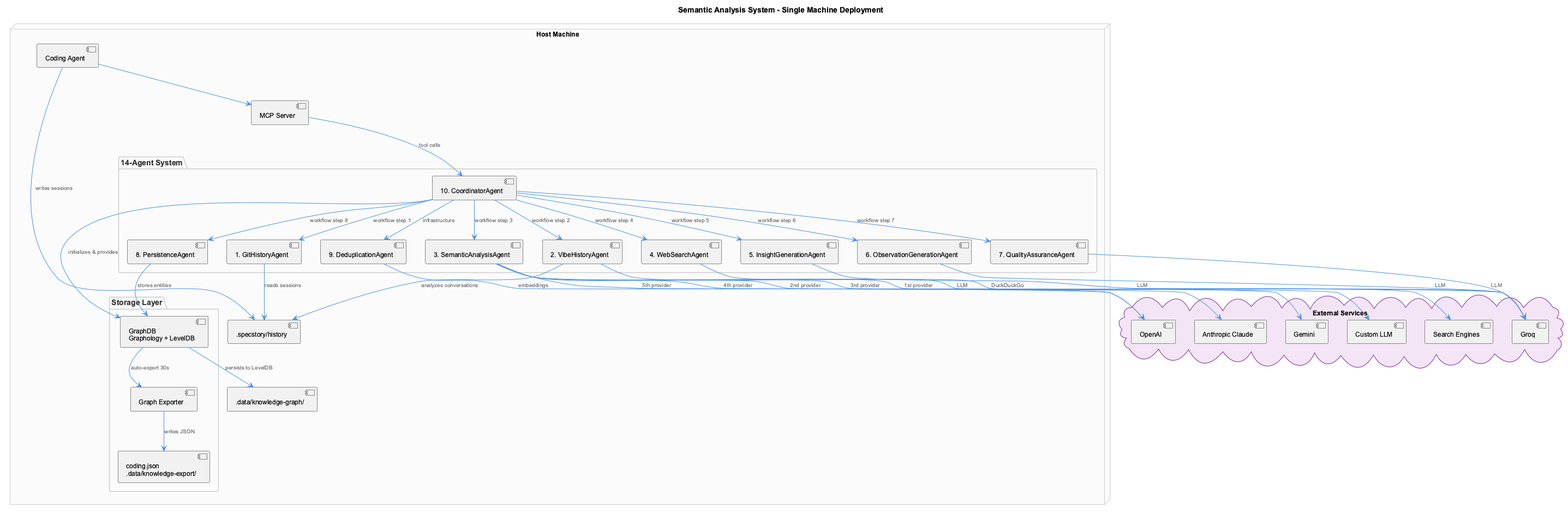
Before: docs/images/semantic-analysis-deployment-single.png, a diagram exported from PlantUML (fwornle/coding).
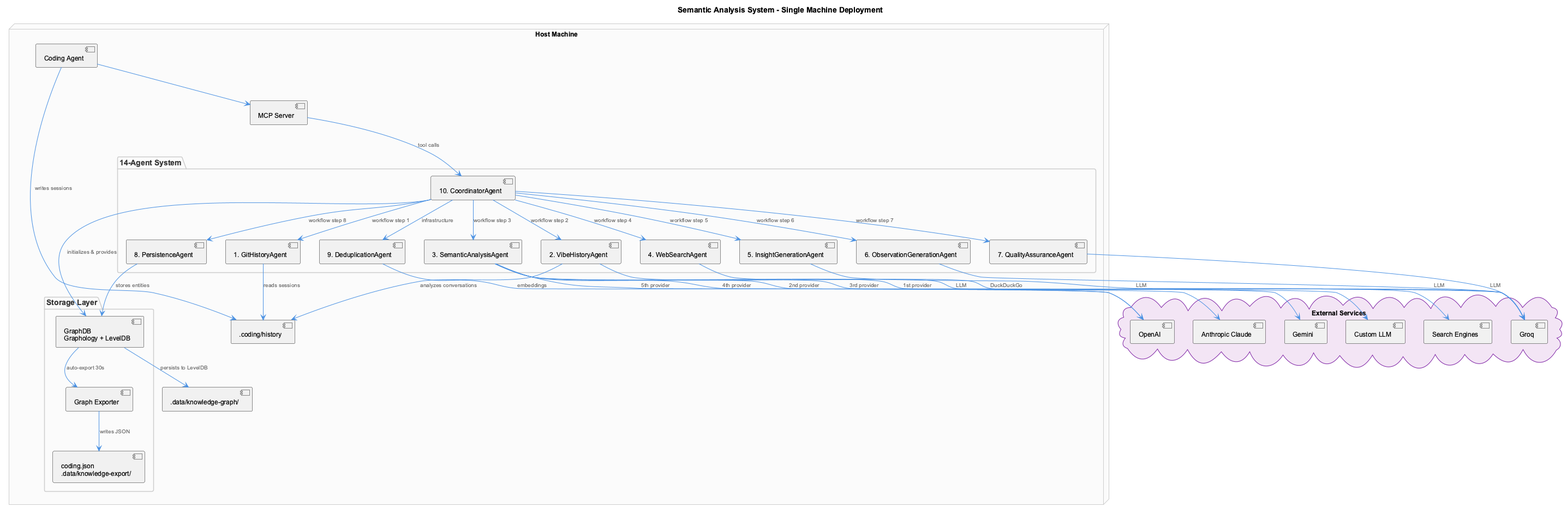
The same diagram one commit later.

The edit, as a diff of the source:
```diff
@@ -28,7 +28,7 @@
     component [10. CoordinatorAgent] as ca
   }
 
-  folder [.specstory/history] as history
+  folder [.coding/history] as history
   folder [.data/knowledge-graph/] as kg_storage
 }
 
```
